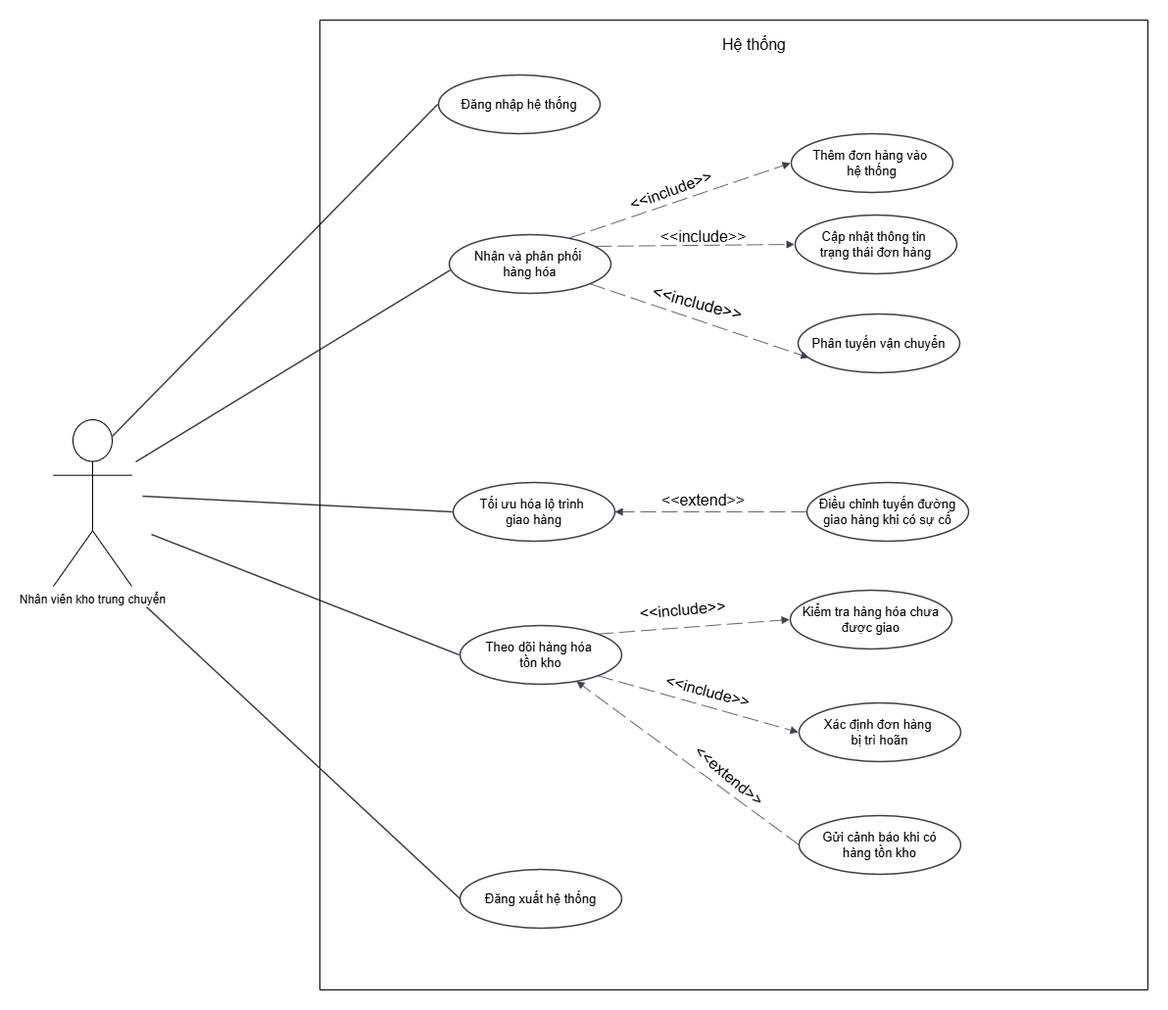
Above: Use Case Diagram/Usecase3.png in IT3120-Phan-tich-va-thi-t-k-h-th-ng/BTL (draw.io), before the change. Source tidied: cells renumbered, new cells last; positions are measured from the earlier drawing's top-left corner, leaving out a move shared by most shapes.
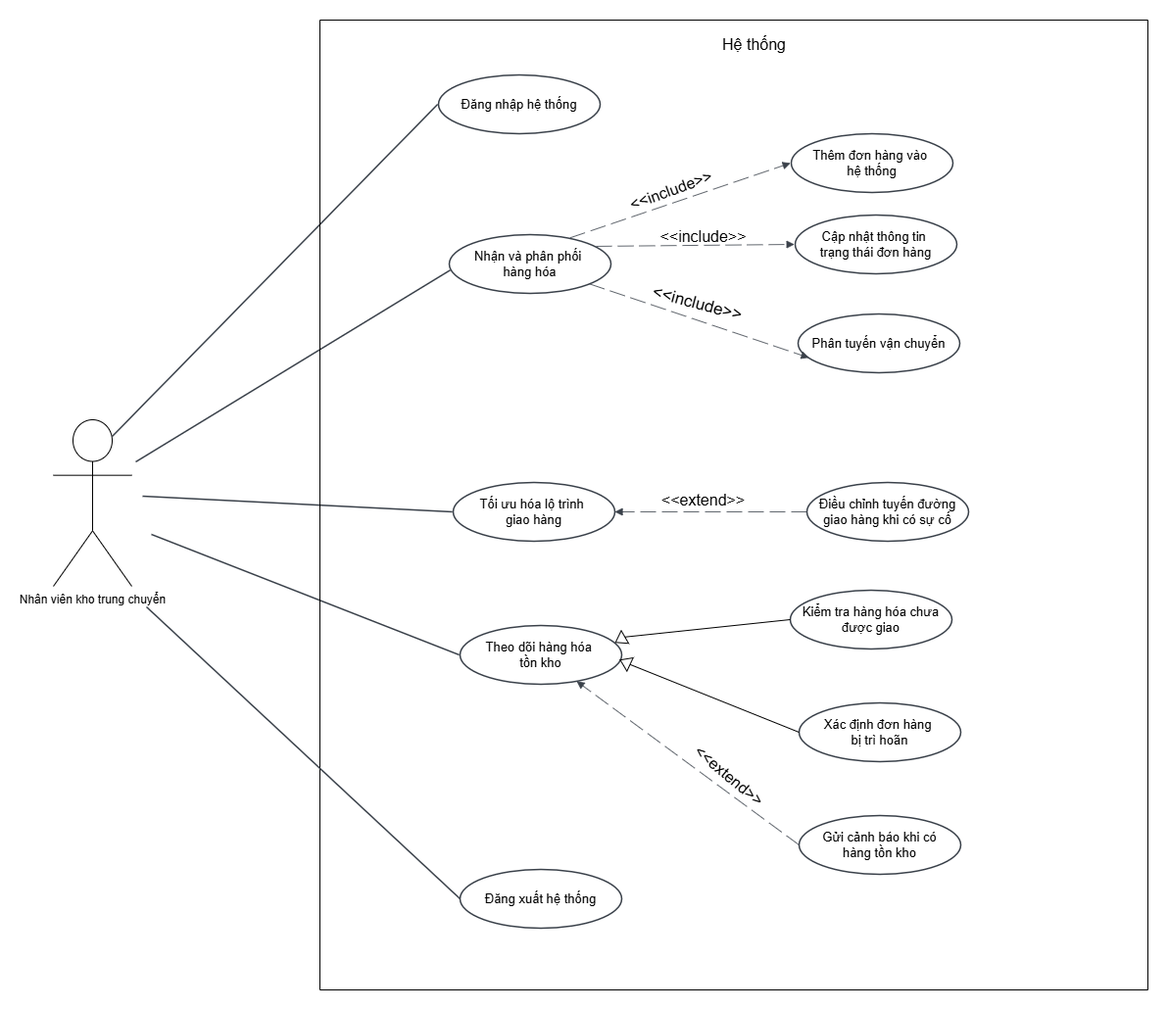
The same file after the commit.

What changed in the source:
```diff
@@ -100,20 +100,20 @@
     <mxCell id="31" value="Kiểm tra hàng hóa chưa được giao" style="html=1;overflow=block;blockSpacing=1;whiteSpace=wrap;ellipse;fontSize=13;spacing=3.8;strokeColor=#3a414a;strokeOpacity=100;fillOpacity=100;rounded=1;absoluteArcSize=1;arcSize=9;fillColor=#ffffff;strokeWidth=1.5;lucidId=T525y-RUAY-k;" parent="10" vertex="1">
       <mxGeometry x="480" y="582" width="165" height="60" as="geometry" />
     </mxCell>
-    <mxCell id="32" style="html=1;jettySize=18;whiteSpace=wrap;fontSize=13;strokeColor=#3a414a;strokeOpacity=100;dashed=1;fixDash=1;dashPattern=16 6;strokeWidth=0.8;rounded=0;startArrow=none;endArrow=block;endFill=1;entryX=-0.005;entryY=0.5;entryPerimeter=0;lucidId=T525yoPjcLcH;exitX=1;exitY=0;exitDx=0;exitDy=0;" parent="10" edge="1" source="23" target="31">
-      <mxGeometry relative="1" as="geometry" />
-    </mxCell>
-    <mxCell id="33" value="&amp;lt;&amp;lt;include&amp;gt;&amp;gt;" style="text;html=1;align=center;verticalAlign=middle;strokeColor=none;fillColor=none;fontSize=16;rotation=-5;" parent="10" vertex="1">
-      <mxGeometry x="280" y="579" width="180" height="45" as="geometry" />
-    </mxCell>
     <mxCell id="34" value="Xác định đơn hàng&amp;nbsp;&lt;div&gt;bị trì hoãn&lt;/div&gt;" style="html=1;overflow=block;blockSpacing=1;whiteSpace=wrap;ellipse;fontSize=13;spacing=3.8;strokeColor=#3a414a;strokeOpacity=100;fillOpacity=100;rounded=1;absoluteArcSize=1;arcSize=9;fillColor=#ffffff;strokeWidth=1.5;lucidId=T5250XvLeCt2;" parent="10" vertex="1">
       <mxGeometry x="489" y="697" width="165" height="60" as="geometry" />
     </mxCell>
-    <mxCell id="35" style="html=1;jettySize=18;whiteSpace=wrap;fontSize=13;strokeColor=#3a414a;strokeOpacity=100;dashed=1;fixDash=1;dashPattern=16 6;strokeWidth=0.8;rounded=0;startArrow=none;endArrow=block;endFill=1;entryX=-0.005;entryY=0.5;entryPerimeter=0;lucidId=T5255OSWAIrx;exitX=1;exitY=1;exitDx=0;exitDy=0;" parent="10" edge="1" source="23" target="34">
-      <mxGeometry relative="1" as="geometry" />
-    </mxCell>
-    <mxCell id="36" value="&amp;lt;&amp;lt;include&amp;gt;&amp;gt;" style="text;html=1;align=center;verticalAlign=middle;strokeColor=none;fillColor=none;fontSize=16;rotation=15;" parent="10" vertex="1">
-      <mxGeometry x="342.5" y="669" width="106" height="31" as="geometry" />
-    </mxCell>
+    <mxCell id="37" style="triangle;whiteSpace=wrap;html=1;rotation=-210;" parent="10" vertex="1">
+      <mxGeometry x="301" y="625" width="11" height="15" as="geometry" />
+    </mxCell>
+    <mxCell id="38" style="endArrow=none;html=1;rounded=0;entryX=0;entryY=0.5;entryDx=0;entryDy=0;exitX=0;exitY=0.5;exitDx=0;exitDy=0;" parent="10" edge="1" source="37" target="31">
+      <mxGeometry relative="1" as="geometry" />
+    </mxCell>
+    <mxCell id="39" style="endArrow=none;html=1;rounded=0;entryX=0;entryY=0.5;entryDx=0;entryDy=0;exitX=0;exitY=0.5;exitDx=0;exitDy=0;" parent="10" edge="1" source="40" target="34">
+      <mxGeometry relative="1" as="geometry" />
+    </mxCell>
+    <mxCell id="40" style="triangle;whiteSpace=wrap;html=1;rotation=-155;" parent="10" vertex="1">
+      <mxGeometry x="306" y="648" width="11" height="15" as="geometry" />
+    </mxCell>
   </root>
 </mxGraphModel>
```
